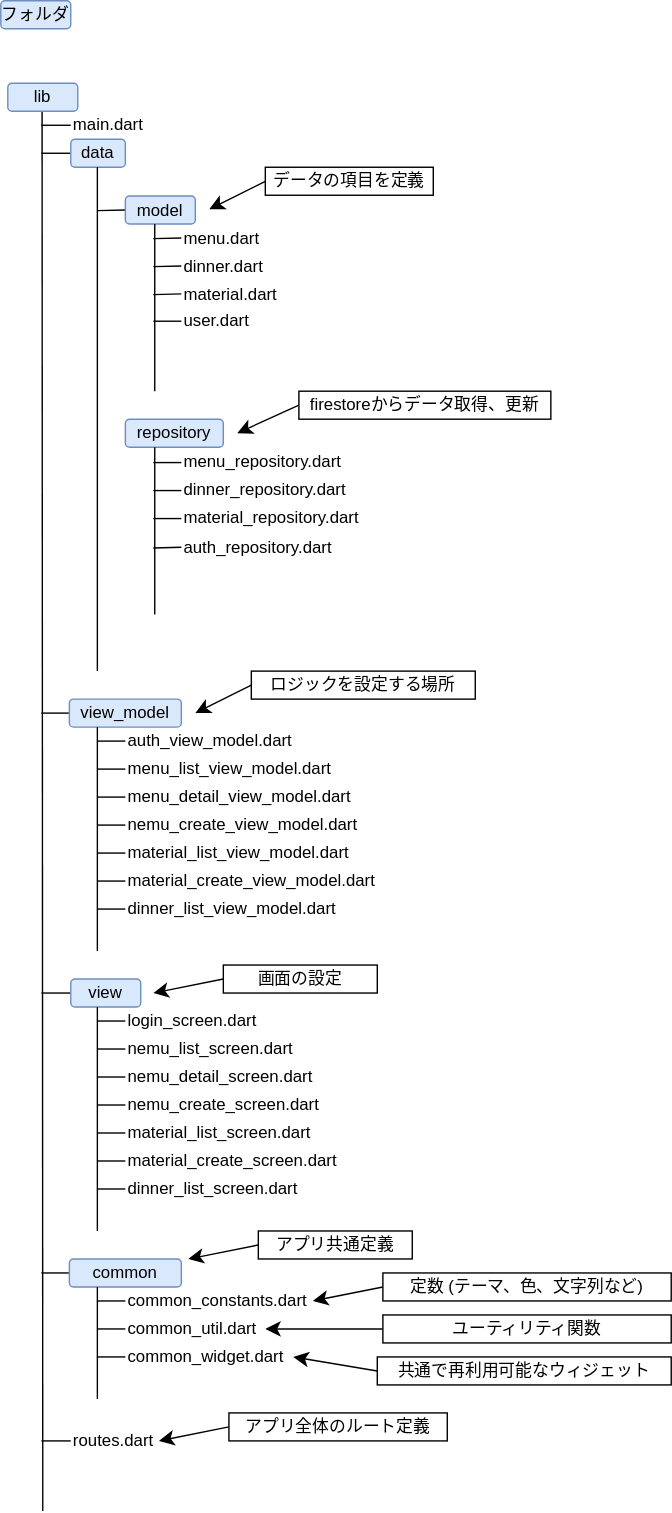
The draw.io diagram フォルダ構成.drawio.svg in maki1125/menu, before a commit. Source tidied: cells renumbered, new cells last; positions are measured from the earlier drawing's top-left corner, leaving out a move shared by most shapes.
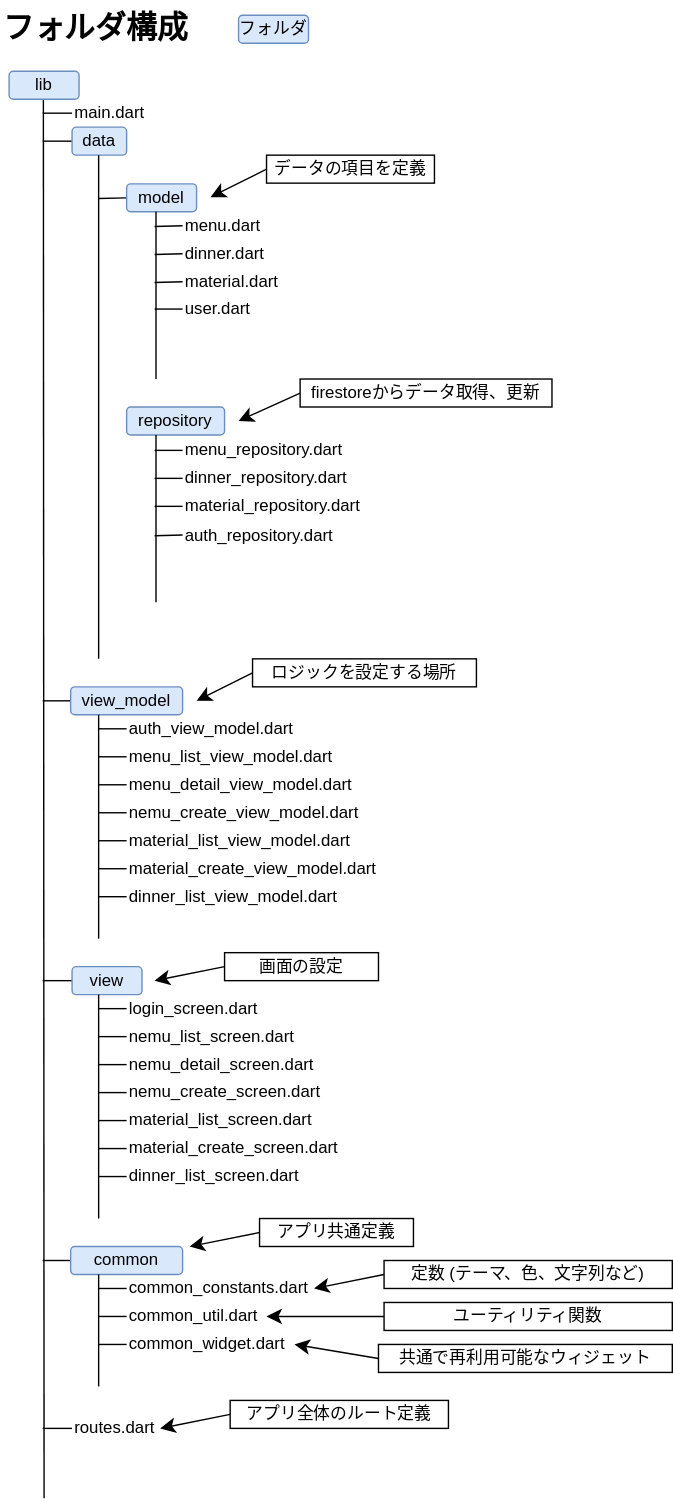
The same file after the commit.

Commit message:
フォルダ構成.drawio.svg を更新します

Change to the diagram source:
```diff
@@ -1,4 +1,4 @@
-<mxGraphModel>
+<mxGraphModel background="#ffffff">
   <root>
     <mxCell id="0" />
     <mxCell id="1" parent="0" />
@@ -17,7 +17,7 @@
       </mxGeometry>
     </mxCell>
     <mxCell id="5" value="フォルダ" style="rounded=1;whiteSpace=wrap;html=1;fillColor=#dae8fc;strokeColor=#6c8ebf;" parent="1" vertex="1">
-      <mxGeometry width="50" height="20" as="geometry" />
+      <mxGeometry x="169" y="19" width="50" height="20" as="geometry" />
     </mxCell>
     <mxCell id="6" value="lib" style="rounded=1;whiteSpace=wrap;html=1;fillColor=#dae8fc;strokeColor=#6c8ebf;" parent="1" vertex="1">
       <mxGeometry x="5" y="59" width="50" height="20" as="geometry" />
@@ -379,5 +379,8 @@
     <mxCell id="93" value="アプリ全体のルート定義" style="rounded=0;whiteSpace=wrap;html=1;" parent="1" vertex="1">
       <mxGeometry x="163" y="1009" width="156" height="20" as="geometry" />
     </mxCell>
+    <mxCell id="94" value="フォルダ構成" style="text;html=1;align=left;verticalAlign=middle;whiteSpace=wrap;rounded=0;fontStyle=1;fontSize=22;" parent="1" vertex="1">
+      <mxGeometry x="-1" y="9" width="180" height="40" as="geometry" />
+    </mxCell>
   </root>
 </mxGraphModel>
```
